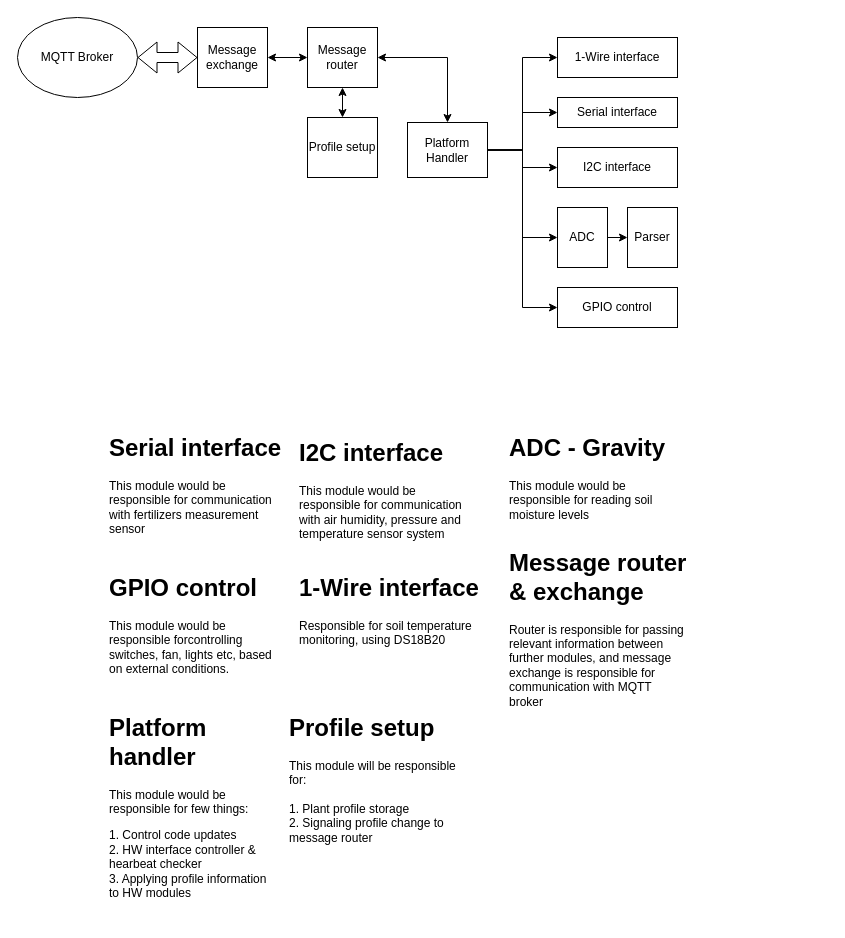
The draw.io diagram page "DeviceCodeArch" (3 of 3) of docs/models/Project.drawio in KhazAkar/ags, before the edit. Source tidied: cells renumbered, new cells numbered last; positions are measured from the earlier drawing's top-left corner, leaving out a move shared by most shapes. Both pictures are drawn from the tidied source at 100%, with x=0, y=0 at pixel (17, 17).
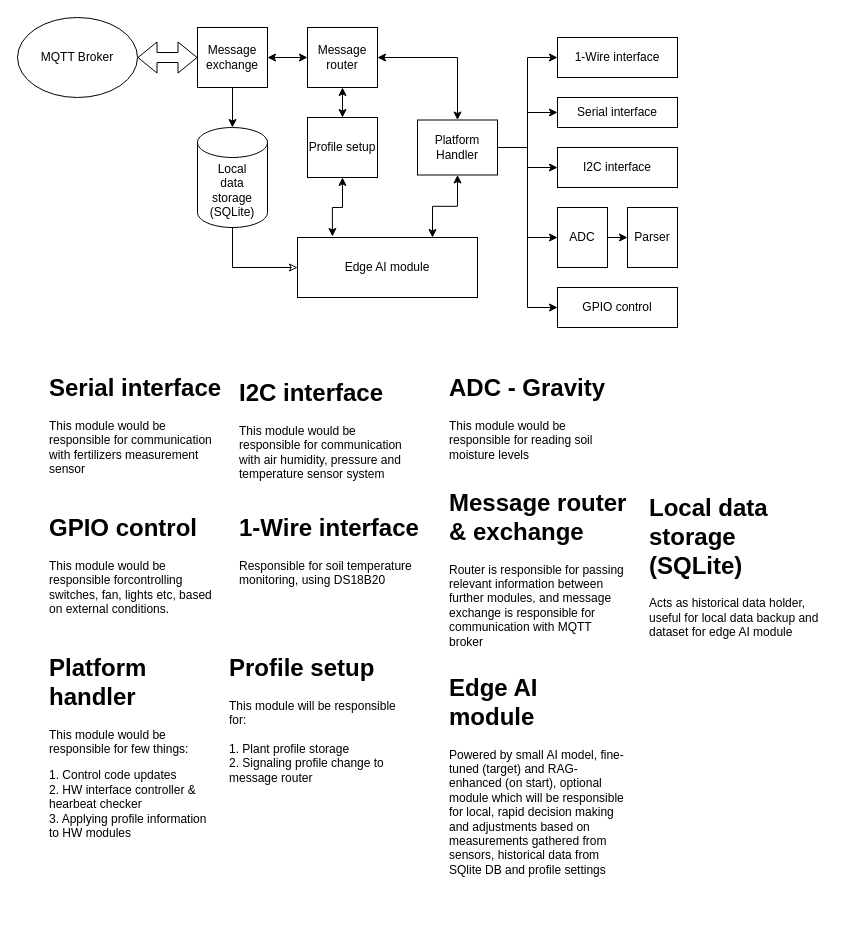
The same page after the edit.

Commit message (it also covers changes not shown here):
wip: work on DeviceCodeArch - add AI and SQLite

Unchanged cells that the change refers to:
```xml
<mxCell id="13" value="Message&lt;br&gt;exchange" style="rounded=0;whiteSpace=wrap;html=1;" parent="1" vertex="1">
  <mxGeometry x="180" y="10" width="70" height="60" as="geometry" />
</mxCell>
<mxCell id="22" value="Profile setup" style="rounded=0;whiteSpace=wrap;html=1;" parent="1" vertex="1">
  <mxGeometry x="290" y="100" width="70" height="60" as="geometry" />
</mxCell>
```

The edit, as a diff of the source:
```diff
@@
     <mxCell id="5" value="&lt;h1 style=&quot;margin-top: 0px;&quot;&gt;Serial interface&lt;/h1&gt;&lt;p&gt;This module would be responsible for communication with fertilizers measurement sensor&lt;/p&gt;" style="text;html=1;whiteSpace=wrap;overflow=hidden;rounded=0;" parent="1" vertex="1">
-      <mxGeometry x="90" y="410" width="180" height="120" as="geometry" />
+      <mxGeometry x="30" y="350" width="180" height="120" as="geometry" />
     </mxCell>
     <mxCell id="6" value="&lt;h1 style=&quot;margin-top: 0px;&quot;&gt;I2C interface&lt;/h1&gt;&lt;p&gt;This module would be responsible for communication with air humidity, pressure and temperature sensor system&lt;/p&gt;" style="text;html=1;whiteSpace=wrap;overflow=hidden;rounded=0;" parent="1" vertex="1">
-      <mxGeometry x="280" y="415" width="180" height="120" as="geometry" />
+      <mxGeometry x="220" y="355" width="180" height="120" as="geometry" />
     </mxCell>
@@
     <mxCell id="10" value="&lt;h1 style=&quot;margin-top: 0px;&quot;&gt;ADC - Gravity&lt;/h1&gt;&lt;p&gt;This module would be responsible for reading soil moisture levels&lt;/p&gt;" style="text;html=1;whiteSpace=wrap;overflow=hidden;rounded=0;" parent="1" vertex="1">
-      <mxGeometry x="490" y="410" width="180" height="120" as="geometry" />
+      <mxGeometry x="430" y="350" width="180" height="120" as="geometry" />
     </mxCell>
     <mxCell id="11" value="&lt;h1 style=&quot;margin-top: 0px;&quot;&gt;Platform handler&lt;/h1&gt;&lt;p&gt;This module would be responsible for few things:&lt;/p&gt;&lt;p&gt;1. Control code updates&lt;br&gt;2. HW interface controller &amp;amp; hearbeat checker&lt;br&gt;3. Applying profile information&lt;br&gt;to HW modules&lt;/p&gt;" style="text;html=1;whiteSpace=wrap;overflow=hidden;rounded=0;" parent="1" vertex="1">
-      <mxGeometry x="90" y="690" width="180" height="210" as="geometry" />
+      <mxGeometry x="30" y="630" width="180" height="210" as="geometry" />
     </mxCell>
@@
     <mxCell id="17" value="&lt;h1 style=&quot;margin-top: 0px;&quot;&gt;Message router &amp;amp; exchange&lt;/h1&gt;&lt;p&gt;Router is responsible for passing relevant information between further modules, and message exchange is responsible for communication with MQTT broker&lt;/p&gt;" style="text;html=1;whiteSpace=wrap;overflow=hidden;rounded=0;" parent="1" vertex="1">
-      <mxGeometry x="490" y="525" width="180" height="170" as="geometry" />
+      <mxGeometry x="430" y="465" width="180" height="170" as="geometry" />
     </mxCell>
@@
     <mxCell id="19" value="&lt;h1 style=&quot;margin-top: 0px;&quot;&gt;GPIO control&lt;/h1&gt;&lt;p&gt;This module would be responsible forcontrolling switches, fan, lights etc, based on external conditions.&lt;/p&gt;" style="text;html=1;whiteSpace=wrap;overflow=hidden;rounded=0;" parent="1" vertex="1">
-      <mxGeometry x="90" y="550" width="180" height="120" as="geometry" />
+      <mxGeometry x="30" y="490" width="180" height="120" as="geometry" />
     </mxCell>
     <mxCell id="20" value="&lt;h1 style=&quot;margin-top: 0px;&quot;&gt;1-Wire interface&lt;/h1&gt;&lt;p&gt;Responsible for soil temperature monitoring, using DS18B20&lt;/p&gt;" style="text;html=1;whiteSpace=wrap;overflow=hidden;rounded=0;" parent="1" vertex="1">
-      <mxGeometry x="280" y="550" width="200" height="100" as="geometry" />
+      <mxGeometry x="220" y="490" width="200" height="100" as="geometry" />
     </mxCell>
@@
+    <mxCell id="31" style="edgeStyle=orthogonalEdgeStyle;rounded=0;jettySize=auto;html=1;exitX=0.5;exitY=1;exitDx=0;exitDy=0;entryX=0.75;entryY=0;entryDx=0;entryDy=0;startArrow=classic;startFill=1;" parent="1" edge="1" source="29" target="32">
+      <mxGeometry relative="1" as="geometry" />
+    </mxCell>
     <mxCell id="29" value="Platform&lt;div&gt;Handler&lt;/div&gt;" style="rounded=0;whiteSpace=wrap;html=1;" parent="1" vertex="1">
-      <mxGeometry x="390" y="105" width="80" height="55" as="geometry" />
+      <mxGeometry x="400" y="102.5" width="80" height="55" as="geometry" />
     </mxCell>
     <mxCell id="30" value="&lt;h1 style=&quot;margin-top: 0px;&quot;&gt;Profile setup&lt;/h1&gt;&lt;div&gt;This module will be responsible for:&lt;/div&gt;&lt;div&gt;&lt;br&gt;&lt;/div&gt;&lt;div&gt;1. Plant profile storage&lt;/div&gt;&lt;div&gt;2. Signaling profile change to&lt;/div&gt;&lt;div&gt;message&amp;nbsp;&lt;span style=&quot;background-color: transparent; color: light-dark(rgb(0, 0, 0), rgb(255, 255, 255));&quot;&gt;router&lt;/span&gt;&lt;/div&gt;&lt;div&gt;&lt;br&gt;&lt;/div&gt;" style="text;html=1;whiteSpace=wrap;overflow=hidden;rounded=0;" parent="1" vertex="1">
-      <mxGeometry x="270" y="690" width="180" height="150" as="geometry" />
+      <mxGeometry x="210" y="630" width="180" height="150" as="geometry" />
     </mxCell>
+    <mxCell id="32" value="Edge AI module" style="rounded=0;whiteSpace=wrap;html=1;" parent="1" vertex="1">
+      <mxGeometry x="280" y="220" width="180" height="60" as="geometry" />
+    </mxCell>
+    <mxCell id="33" style="edgeStyle=orthogonalEdgeStyle;rounded=0;jettySize=auto;html=1;exitX=0.5;exitY=1;exitDx=0;exitDy=0;entryX=0.194;entryY=-0.017;entryDx=0;entryDy=0;entryPerimeter=0;startArrow=classic;startFill=1;" parent="1" edge="1" source="22" target="32">
+      <mxGeometry relative="1" as="geometry" />
+    </mxCell>
+    <mxCell id="34" value="&lt;h1 style=&quot;margin-top: 0px;&quot;&gt;Edge AI module&lt;/h1&gt;&lt;p&gt;Powered by small AI model, fine-tuned (target) and RAG-enhanced (on start), optional module which will be responsible for local, rapid decision making and adjustments based on measurements gathered from sensors, historical data from SQlite DB and profile settings&lt;/p&gt;" style="text;html=1;whiteSpace=wrap;overflow=hidden;rounded=0;" parent="1" vertex="1">
+      <mxGeometry x="430" y="650" width="180" height="210" as="geometry" />
+    </mxCell>
+    <mxCell id="35" value="Local&lt;div&gt;data&lt;/div&gt;&lt;div&gt;storage&lt;/div&gt;&lt;div&gt;(SQLite)&lt;/div&gt;" style="shape=cylinder3;whiteSpace=wrap;html=1;boundedLbl=1;backgroundOutline=1;size=15;" parent="1" vertex="1">
+      <mxGeometry x="180" y="110" width="70" height="100" as="geometry" />
+    </mxCell>
+    <mxCell id="36" style="edgeStyle=orthogonalEdgeStyle;rounded=0;jettySize=auto;html=1;exitX=0.5;exitY=1;exitDx=0;exitDy=0;entryX=0.5;entryY=0;entryDx=0;entryDy=0;entryPerimeter=0;" parent="1" edge="1" source="13" target="35">
+      <mxGeometry relative="1" as="geometry" />
+    </mxCell>
+    <mxCell id="37" style="edgeStyle=orthogonalEdgeStyle;rounded=0;jettySize=auto;html=1;exitX=0;exitY=0.5;exitDx=0;exitDy=0;entryX=0.5;entryY=1;entryDx=0;entryDy=0;entryPerimeter=0;startArrow=classic;startFill=0;endArrow=none;" parent="1" edge="1" source="32" target="35">
+      <mxGeometry relative="1" as="geometry" />
+    </mxCell>
+    <mxCell id="38" value="&lt;h1 style=&quot;margin-top: 0px;&quot;&gt;Local data storage (SQLite)&lt;/h1&gt;&lt;p&gt;Acts as historical data holder, useful for local data backup and dataset for edge AI module&lt;/p&gt;" style="text;html=1;whiteSpace=wrap;overflow=hidden;rounded=0;" parent="1" vertex="1">
+      <mxGeometry x="630" y="470" width="180" height="165" as="geometry" />
+    </mxCell>
```
